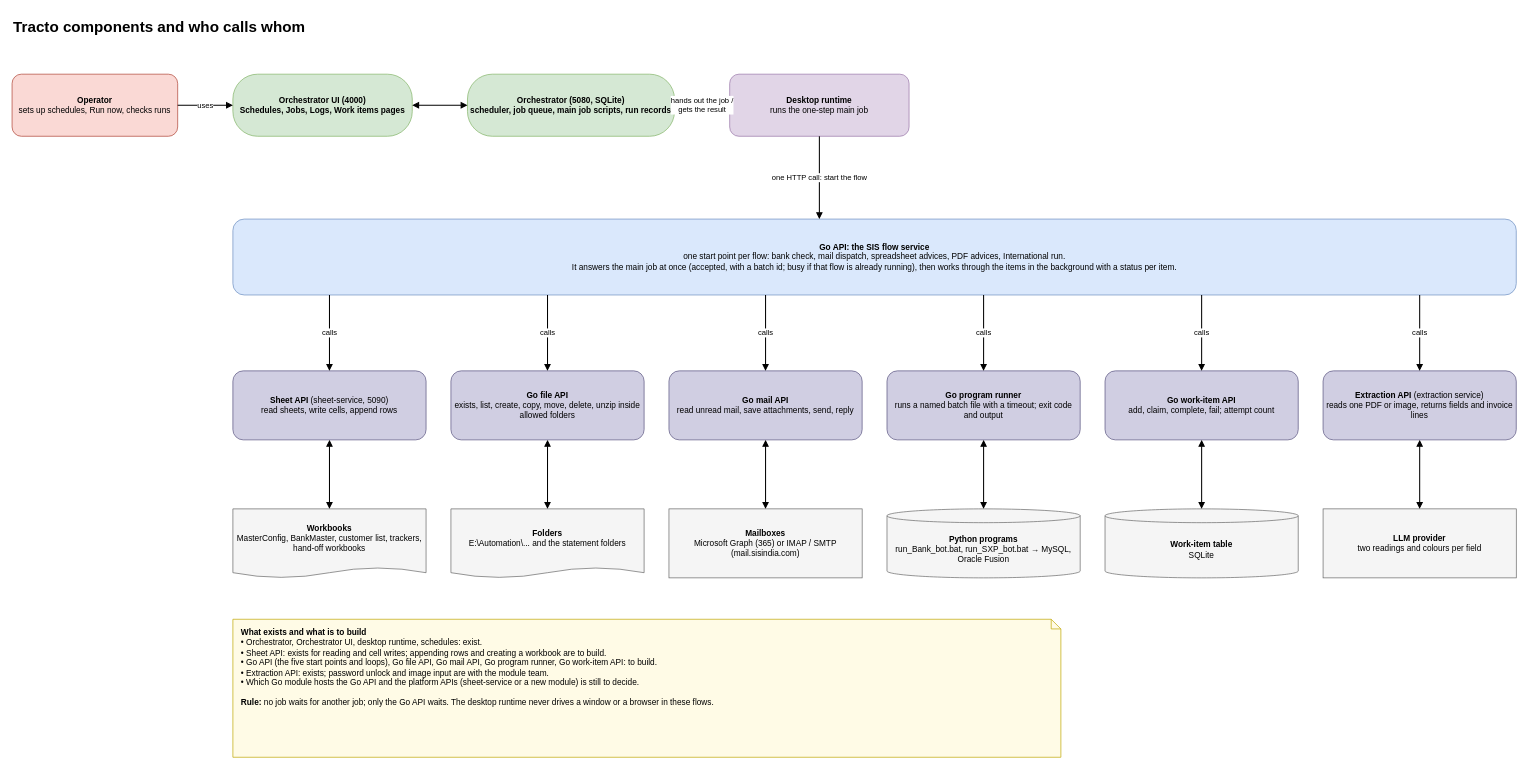
The draw.io diagram page "2 Components and calls" (2 of 8) of tracto/docs/SIS/diagrams/sis-flows-on-tracto.drawio in skthom2016/Slim_RPA, before the edit. Source tidied: cells renumbered, new cells numbered last; positions are measured from the earlier drawing's top-left corner, leaving out a move shared by most shapes. Both pictures are drawn from the tidied source at 69%, with x=0, y=0 at pixel (12, 12).
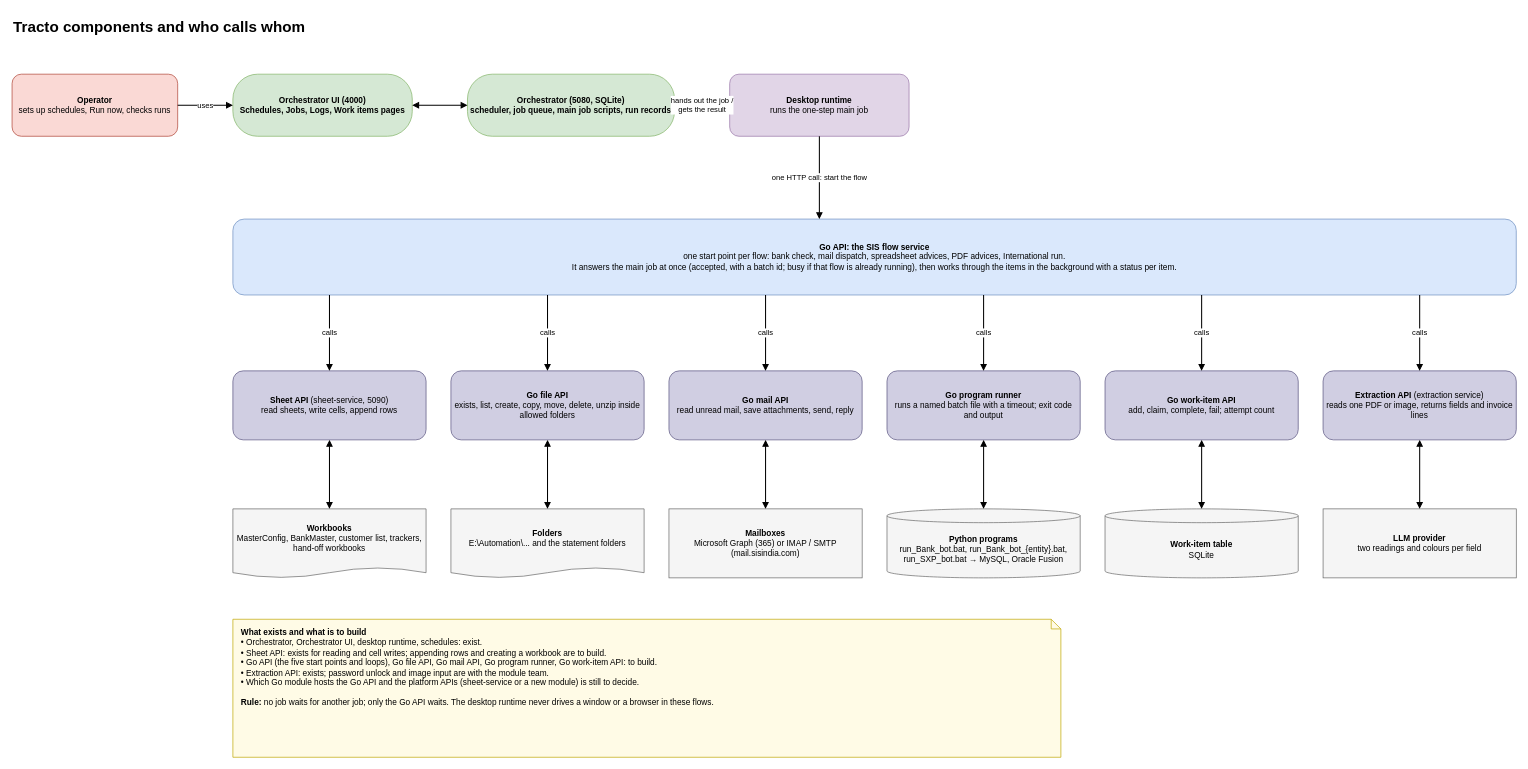
After the change.

The edit, as a diff of the source:
```diff
@@
-    <mxCell id="25" value="&lt;b&gt;Python programs&lt;/b&gt;&lt;br&gt;run_Bank_bot.bat, run_SXP_bot.bat → MySQL, Oracle Fusion" style="shape=cylinder3;whiteSpace=wrap;html=1;boundedLbl=1;backgroundOutline=1;size=10;fillColor=#f5f5f5;strokeColor=#666666;" parent="1" vertex="1">
+    <mxCell id="25" value="&lt;b&gt;Python programs&lt;/b&gt;&lt;br&gt;run_Bank_bot.bat, run_Bank_bot_{entity}.bat, run_SXP_bot.bat → MySQL, Oracle Fusion" style="shape=cylinder3;whiteSpace=wrap;html=1;boundedLbl=1;backgroundOutline=1;size=10;fillColor=#f5f5f5;strokeColor=#666666;" parent="1" vertex="1">
       <mxGeometry x="1268" y="720" width="280" height="100" as="geometry" />
     </mxCell>
```
